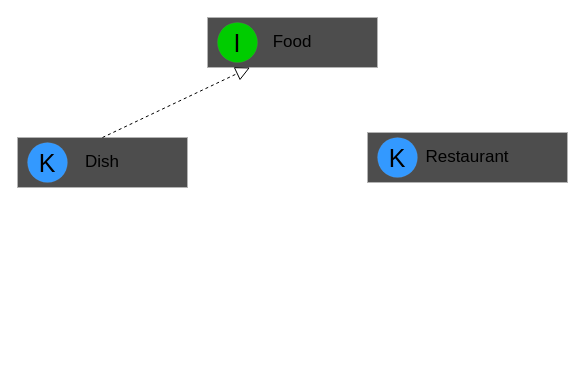
Above: src/main/java/com/splab/patterns/structuralPatterns/flyweight/fly.drawio in Sava175/SpLab (draw.io), before the change. Source tidied: cells renumbered, new cells numbered last; positions are measured from the earlier drawing's top-left corner, leaving out a move shared by most shapes. Both pictures are drawn from the tidied source at 100%, with x=0, y=0 at pixel (17, 17).
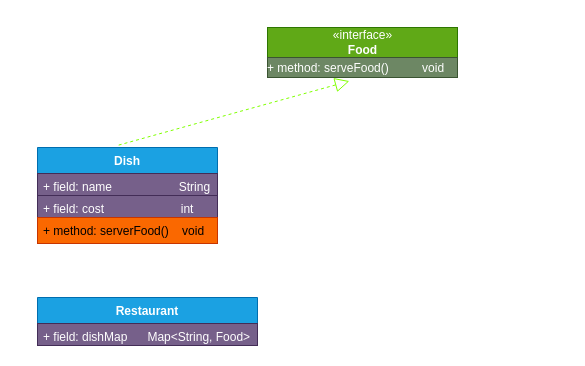
After the change.

The edit, as a diff of the source:
```diff
@@
 <mxGraphModel>
   <root>
     <mxCell id="0" />
     <mxCell id="1" parent="0" />
-    <mxCell id="2" value="&lt;font style=&quot;font-size: 17px;&quot;&gt;Food&lt;/font&gt;" style="rounded=0;whiteSpace=wrap;html=1;fillColor=#4D4D4D;align=center;strokeColor=#B3B3B3;" parent="1" vertex="1">
-      <mxGeometry x="190" width="170" height="50" as="geometry" />
-    </mxCell>
-    <mxCell id="3" value="I" style="ellipse;whiteSpace=wrap;html=1;strokeColor=#B3B3B3;strokeWidth=0;fontSize=25;fontColor=#000000;fillColor=#00CC00;" parent="1" vertex="1">
-      <mxGeometry x="200" y="5" width="40" height="40" as="geometry" />
-    </mxCell>
-    <mxCell id="4" value="&lt;font style=&quot;font-size: 17px;&quot;&gt;Dish&lt;/font&gt;" style="rounded=0;whiteSpace=wrap;html=1;fillColor=#4D4D4D;align=center;strokeColor=#B3B3B3;" parent="1" vertex="1">
-      <mxGeometry y="120" width="170" height="50" as="geometry" />
+    <mxCell id="4" value="Dish" style="swimlane;fontStyle=1;align=center;verticalAlign=top;horizontal=1;startSize=26;fillColor=#1ba1e2;fontColor=#ffffff;strokeColor=#006EAF;" parent="1" vertex="1">
+      <mxGeometry x="20" y="130" width="180" height="96" as="geometry" />
     </mxCell>
-    <mxCell id="5" value="K" style="ellipse;whiteSpace=wrap;html=1;strokeColor=#B3B3B3;strokeWidth=0;fontSize=25;fontColor=#000000;fillColor=#3399FF;" parent="1" vertex="1">
-      <mxGeometry x="10" y="125" width="40" height="40" as="geometry" />
-    </mxCell>
+    <mxCell id="9" value="+ field: name                    String" style="text;strokeColor=#432D57;fillColor=#76608a;align=left;verticalAlign=top;spacingLeft=4;spacingRight=4;overflow=hidden;fontColor=#ffffff;" parent="4" vertex="1">
+      <mxGeometry y="26" width="180" height="22" as="geometry" />
+    </mxCell>
+    <mxCell id="10" value="+ field: cost                       int" style="text;strokeColor=#432D57;fillColor=#76608a;align=left;verticalAlign=top;spacingLeft=4;spacingRight=4;overflow=hidden;fontColor=#ffffff;" parent="4" vertex="1">
+      <mxGeometry y="48" width="180" height="22" as="geometry" />
+    </mxCell>
+    <mxCell id="11" value="+ method: serverFood()    void" style="text;strokeColor=#C73500;fillColor=#fa6800;align=left;verticalAlign=top;spacingLeft=4;spacingRight=4;overflow=hidden;fontColor=#000000;" parent="4" vertex="1">
+      <mxGeometry y="70" width="180" height="26" as="geometry" />
+    </mxCell>
+    <mxCell id="12" value="«interface»&lt;br&gt;&lt;b&gt;Food&lt;/b&gt;" style="html=1;fillColor=#60a917;fontColor=#ffffff;strokeColor=#2D7600;" parent="1" vertex="1">
+      <mxGeometry x="250" y="10" width="190" height="30" as="geometry" />
+    </mxCell>
+    <mxCell id="13" value="&lt;p style=&quot;margin: 4px 0px 0px;&quot;&gt;+ method: serveFood()&amp;nbsp; &amp;nbsp; &amp;nbsp; &amp;nbsp; &amp;nbsp; void&lt;br&gt;&lt;br&gt;&lt;/p&gt;" style="verticalAlign=top;align=left;overflow=fill;fontSize=12;fontFamily=Helvetica;html=1;fillColor=#6d8764;fontColor=#ffffff;strokeColor=#3A5431;" parent="1" vertex="1">
+      <mxGeometry x="250" y="40" width="190" height="20" as="geometry" />
+    </mxCell>
-    <mxCell id="6" value="&lt;font style=&quot;font-size: 17px;&quot;&gt;Restaurant&lt;/font&gt;" style="rounded=0;whiteSpace=wrap;html=1;fillColor=#4D4D4D;align=center;strokeColor=#B3B3B3;" parent="1" vertex="1">
-      <mxGeometry x="350" y="115" width="200" height="50" as="geometry" />
+    <mxCell id="6" value="Restaurant" style="swimlane;fontStyle=1;align=center;verticalAlign=top;horizontal=1;startSize=26;fillColor=#1ba1e2;fontColor=#ffffff;strokeColor=#006EAF;" parent="1" vertex="1">
+      <mxGeometry x="20" y="280" width="220" height="48" as="geometry" />
     </mxCell>
-    <mxCell id="7" value="K" style="ellipse;whiteSpace=wrap;html=1;strokeColor=#B3B3B3;strokeWidth=0;fontSize=25;fontColor=#000000;fillColor=#3399FF;" parent="1" vertex="1">
-      <mxGeometry x="360" y="120" width="40" height="40" as="geometry" />
-    </mxCell>
-    <mxCell id="8" style="endArrow=block;dashed=1;endFill=0;endSize=12;html=1;rounded=0;entryX=0.25;entryY=1;entryDx=0;entryDy=0;exitX=0.5;exitY=0;exitDx=0;exitDy=0;" parent="1" edge="1" source="4" target="2">
-      <mxGeometry relative="1" as="geometry" />
-    </mxCell>
+    <mxCell id="14" value="+ field: dishMap      Map&lt;String, Food&gt;" style="text;strokeColor=#432D57;fillColor=#76608a;align=left;verticalAlign=top;spacingLeft=4;spacingRight=4;overflow=hidden;fontColor=#ffffff;" parent="6" vertex="1">
+      <mxGeometry y="26" width="220" height="22" as="geometry" />
+    </mxCell>
+    <mxCell id="15" style="endArrow=block;dashed=1;endFill=0;endSize=12;html=1;rounded=0;entryX=0.431;entryY=1.18;entryDx=0;entryDy=0;entryPerimeter=0;exitX=0.451;exitY=-0.025;exitDx=0;exitDy=0;exitPerimeter=0;fillColor=#60a917;strokeColor=#80FF00;" parent="1" edge="1" source="4" target="13">
+      <mxGeometry relative="1" as="geometry" />
+    </mxCell>
   </root>
 </mxGraphModel>
```
